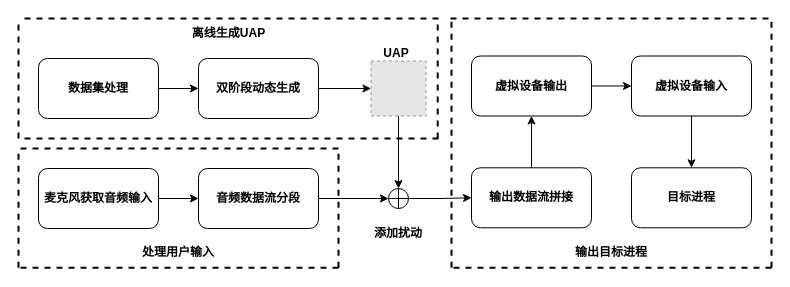
This is 信安作品赛-系统流程图.drawio from Momoyeyu/Draw.io-Repo, a draw.io file, before an edit. Source tidied: cells renumbered, new cells numbered last; positions are measured from the earlier drawing's top-left corner, leaving out a move shared by most shapes. Both pictures are drawn from the tidied source at 100%, with x=0, y=0 at pixel (18, 18). Pictures stored in the file or linked from it are replaced by grey dashed boxes.
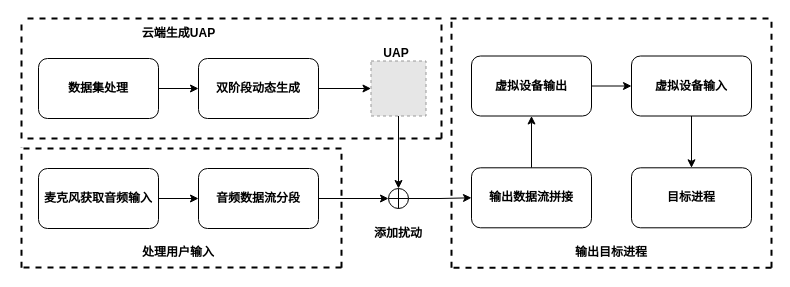
Above is the later version.

Commit message:
更新信安作品赛-系统流程图.drawio

The edit, as a diff of the source:
```diff
@@
     <mxCell id="19" style="endArrow=none;dashed=1;html=1;rounded=0;strokeWidth=2;" parent="1" edge="1">
       <mxGeometry relative="1" as="geometry">
-        <mxPoint y="120" as="sourcePoint" />
-        <mxPoint as="targetPoint" />
+        <mxPoint x="3" y="120" as="sourcePoint" />
+        <mxPoint x="3" as="targetPoint" />
       </mxGeometry>
     </mxCell>
     <mxCell id="20" style="endArrow=none;dashed=1;html=1;rounded=0;strokeWidth=2;" parent="1" edge="1">
       <mxGeometry relative="1" as="geometry">
-        <mxPoint x="419.2" y="120" as="sourcePoint" />
-        <mxPoint x="419.2" as="targetPoint" />
+        <mxPoint x="423" y="120" as="sourcePoint" />
+        <mxPoint x="423" as="targetPoint" />
       </mxGeometry>
     </mxCell>
     <mxCell id="21" style="endArrow=none;dashed=1;html=1;rounded=0;strokeWidth=2;" parent="1" edge="1">
       <mxGeometry relative="1" as="geometry">
-        <mxPoint x="420" y="120" as="sourcePoint" />
-        <mxPoint y="120" as="targetPoint" />
+        <mxPoint x="423" y="120" as="sourcePoint" />
+        <mxPoint x="3" y="120" as="targetPoint" />
       </mxGeometry>
     </mxCell>
     <mxCell id="22" style="endArrow=none;dashed=1;html=1;rounded=0;strokeWidth=2;" parent="1" edge="1">
       <mxGeometry relative="1" as="geometry">
-        <mxPoint x="420" as="sourcePoint" />
-        <mxPoint as="targetPoint" />
+        <mxPoint x="423" as="sourcePoint" />
+        <mxPoint x="3" as="targetPoint" />
       </mxGeometry>
     </mxCell>
-    <mxCell id="23" value="&lt;b&gt;离线生成UAP&lt;/b&gt;" style="text;html=1;align=center;verticalAlign=middle;whiteSpace=wrap;rounded=0;" parent="1" vertex="1">
-      <mxGeometry x="167.5" width="85" height="30" as="geometry" />
+    <mxCell id="23" value="&lt;b&gt;云端生成UAP&lt;/b&gt;" style="text;html=1;align=center;verticalAlign=middle;whiteSpace=wrap;rounded=0;" parent="1" vertex="1">
+      <mxGeometry x="117.5" width="85" height="30" as="geometry" />
     </mxCell>
     <mxCell id="24" style="endArrow=none;dashed=1;html=1;rounded=0;strokeWidth=2;" parent="1" edge="1">
       <mxGeometry relative="1" as="geometry">
-        <mxPoint x="320" y="249.3" as="sourcePoint" />
-        <mxPoint y="249.3" as="targetPoint" />
+        <mxPoint x="323" y="249" as="sourcePoint" />
+        <mxPoint x="3" y="249" as="targetPoint" />
       </mxGeometry>
     </mxCell>
     <mxCell id="25" style="endArrow=none;dashed=1;html=1;rounded=0;strokeWidth=2;" parent="1" edge="1">
       <mxGeometry relative="1" as="geometry">
-        <mxPoint x="320" y="130" as="sourcePoint" />
-        <mxPoint y="130" as="targetPoint" />
+        <mxPoint x="323" y="130" as="sourcePoint" />
+        <mxPoint x="3" y="130" as="targetPoint" />
       </mxGeometry>
     </mxCell>
     <mxCell id="26" style="endArrow=none;dashed=1;html=1;rounded=0;strokeWidth=2;" parent="1" edge="1">
       <mxGeometry relative="1" as="geometry">
-        <mxPoint y="249.3" as="sourcePoint" />
-        <mxPoint y="129.3" as="targetPoint" />
+        <mxPoint x="3" y="249.3" as="sourcePoint" />
+        <mxPoint x="3" y="129" as="targetPoint" />
       </mxGeometry>
     </mxCell>
     <mxCell id="27" style="endArrow=none;dashed=1;html=1;rounded=0;strokeWidth=2;" parent="1" edge="1">
       <mxGeometry relative="1" as="geometry">
-        <mxPoint x="320" y="249.3" as="sourcePoint" />
-        <mxPoint x="320" y="129.3" as="targetPoint" />
+        <mxPoint x="323" y="249.3" as="sourcePoint" />
+        <mxPoint x="323" y="129.3" as="targetPoint" />
       </mxGeometry>
     </mxCell>
```
